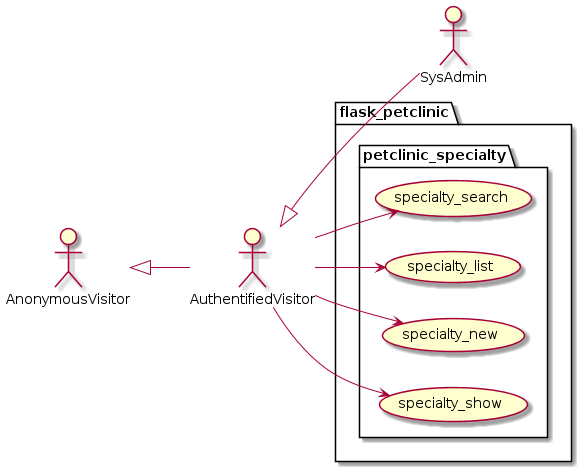
Above: project/petclinic_model/specialty/specialty.png in Jakarta-EE-Petclinic/petclinic_flask (PlantUML), before the change.
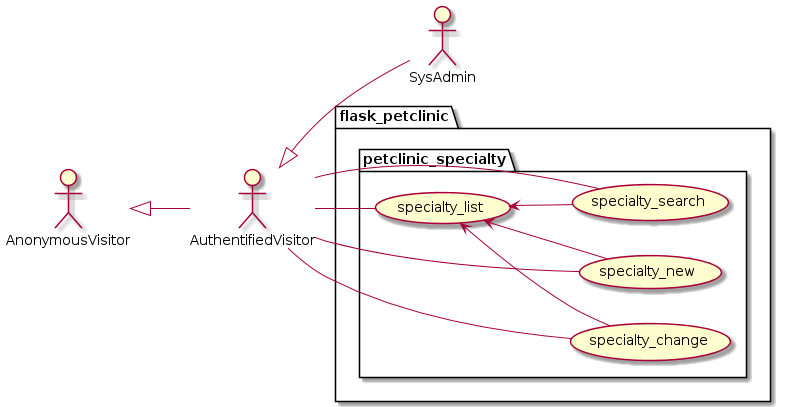
Above is the later version.

Diff of the diagram source:
```diff
@@ -14,12 +14,16 @@
         usecase specialty_search as uc2000
         usecase specialty_list as uc2001
         usecase specialty_new as uc2002
-        usecase specialty_show as uc2003
+        usecase specialty_change as uc2003
 
-        au --> uc2000
-        au --> uc2001
-        au --> uc2002
-        au --> uc2003
+        au -- uc2000
+        au -- uc2001
+        au -- uc2002
+        au -- uc2003
+
+        uc2001 <-- uc2000
+        uc2001 <-- uc2002
+        uc2001 <-- uc2003
     }
 
 }
```
